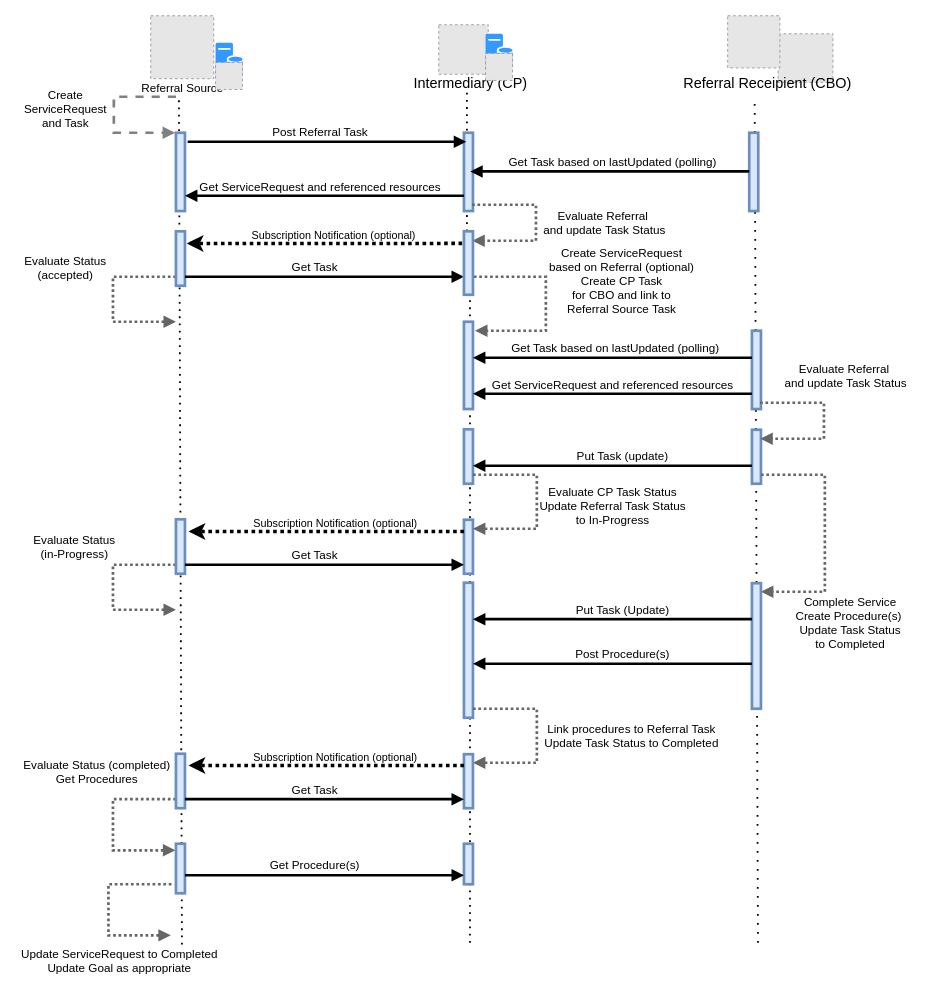
HL7/fhir-sdoh-clinicalcare keeps this draw.io diagram as Images Source/DetailedIndirectReferralLight.drawio. Above is the earlier version. Source tidied: cells renumbered, new cells numbered last; positions are measured from the earlier drawing's top-left corner, leaving out a move shared by most shapes. Both pictures are drawn from the tidied source at 90%, with x=0, y=0 at pixel (15, 15). Pictures stored in the file or linked from it are replaced by grey dashed boxes.
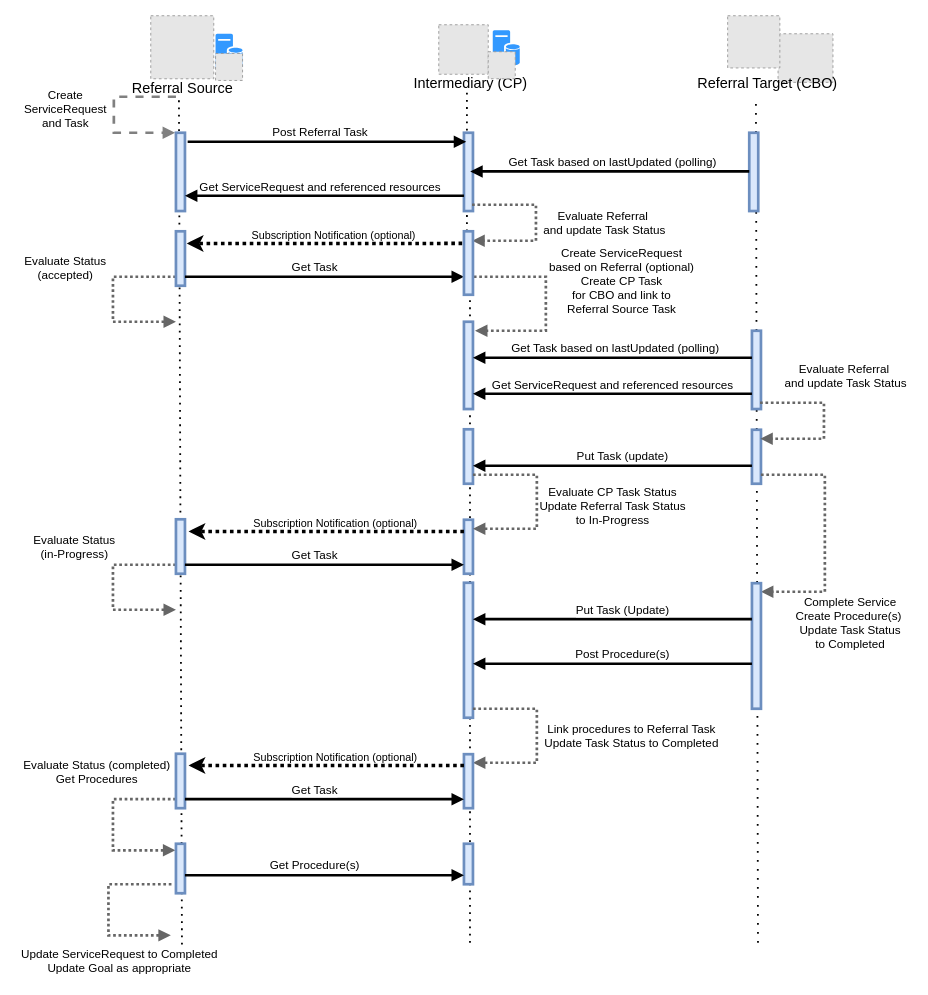
The same page after the edit.

What changed in the source:
```diff
@@
-    <mxCell id="44" value="Referral Source" style="text;html=1;align=center;verticalAlign=middle;strokeColor=none;fillColor=none;fontSize=13;strokeWidth=3;" parent="1" vertex="1">
-      <mxGeometry x="130" y="70" width="110" height="20" as="geometry" />
+    <mxCell id="44" value="Referral Source" style="text;html=1;align=center;verticalAlign=middle;strokeColor=none;fillColor=none;fontSize=16;strokeWidth=3;" parent="1" vertex="1">
+      <mxGeometry x="115" y="65" width="140" height="30" as="geometry" />
     </mxCell>
@@
-    <mxCell id="47" value="Referral Receipient (CBO)" style="text;html=1;align=center;verticalAlign=middle;points=[];strokeColor=none;fillColor=none;fontSize=16;" parent="1" vertex="1">
-      <mxGeometry x="735" y="60" width="200" height="30" as="geometry" />
+    <mxCell id="47" value="Referral Target (CBO)" style="text;html=1;align=center;verticalAlign=middle;points=[];strokeColor=none;fillColor=none;fontSize=16;" parent="1" vertex="1">
+      <mxGeometry x="745" y="60" width="180" height="30" as="geometry" />
     </mxCell>
@@
     <mxCell id="62" style="group;" parent="1" vertex="1">
-      <mxGeometry x="222" y="30" width="30" height="54" as="geometry" />
+      <mxGeometry x="222" y="20" width="30" height="54" as="geometry" />
     </mxCell>
@@
     <mxCell id="65" style="group;" parent="1" vertex="1">
-      <mxGeometry x="522" y="20" width="30" height="54" as="geometry" />
+      <mxGeometry x="530" y="16" width="30" height="54" as="geometry" />
     </mxCell>
@@
     <mxCell id="67" style="fillColor=#E6E6E6;strokeColor=#999999;dashed=1;verticalLabelPosition=bottom;verticalAlign=top;fontSize=13;fontColor=#000066;" parent="65" vertex="1">
-      <mxGeometry y="21.9" width="30" height="30" as="geometry" />
+      <mxGeometry x="-5" y="24" width="30" height="30" as="geometry" />
     </mxCell>
```
